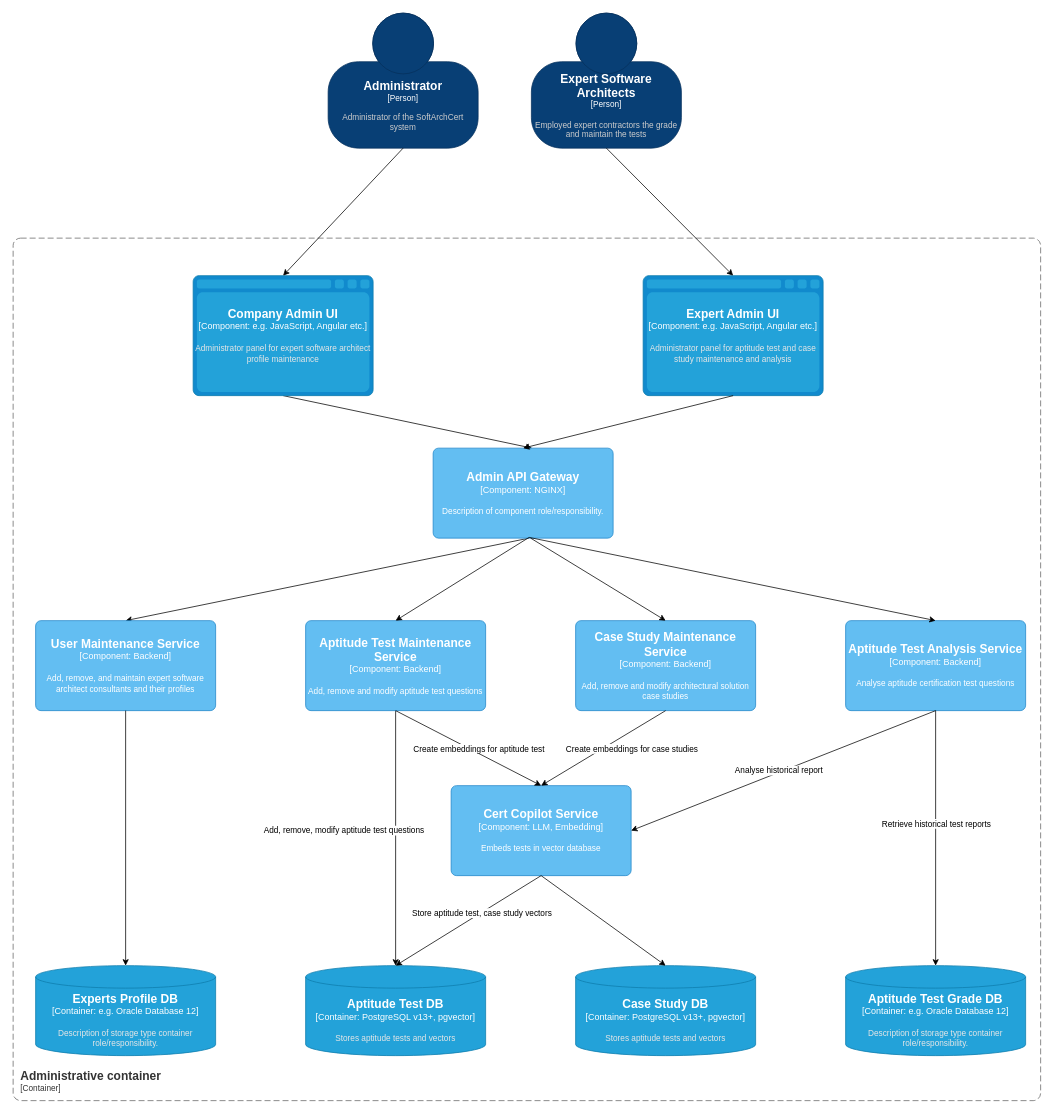
This is page "C3-Admin Container Components_v2" (4 of 8) of Certifiable c4.drawio from architectrons/arch-kata-2025, a draw.io file, before an edit. Source tidied: cells renumbered, new cells numbered last; positions are measured from the earlier drawing's top-left corner, leaving out a move shared by most shapes. Both pictures are drawn from the tidied source at 75%, with x=0, y=0 at pixel (13, 13).
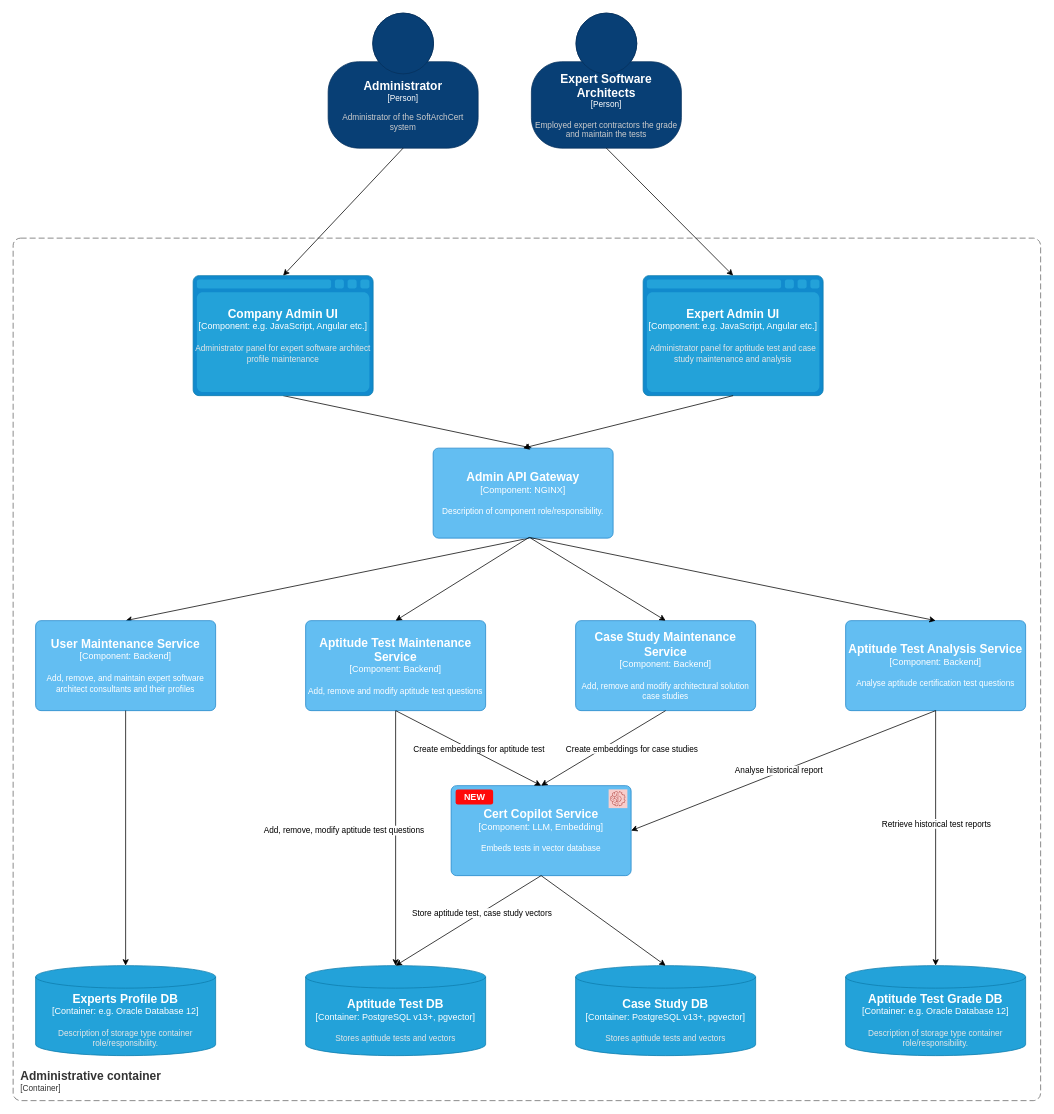
Above is the later version.

Commit message:
Aptitude test architecture review

What changed in the source:
```diff
@@
+    <mxCell id="39" style="sketch=0;fillColor=#f8cecc;strokeColor=#b85450;dashed=0;verticalLabelPosition=bottom;verticalAlign=top;align=center;html=1;fontSize=12;fontStyle=0;shape=mxgraph.aws4.resourceIcon;resIcon=mxgraph.aws4.machine_learning;" parent="1" vertex="1">
+      <mxGeometry x="794" y="1035" width="25" height="25" as="geometry" />
+    </mxCell>
+    <mxCell id="40" value="NEW" style="dashed=0;html=1;rounded=1;fillColor=light-dark(#FF0A0A,#A091EE);strokeColor=none;fontSize=12;align=center;fontStyle=1;strokeWidth=2;fontColor=#ffffff;" parent="1" vertex="1">
+      <mxGeometry x="590" y="1035" width="50" height="20" as="geometry" />
+    </mxCell>
```
